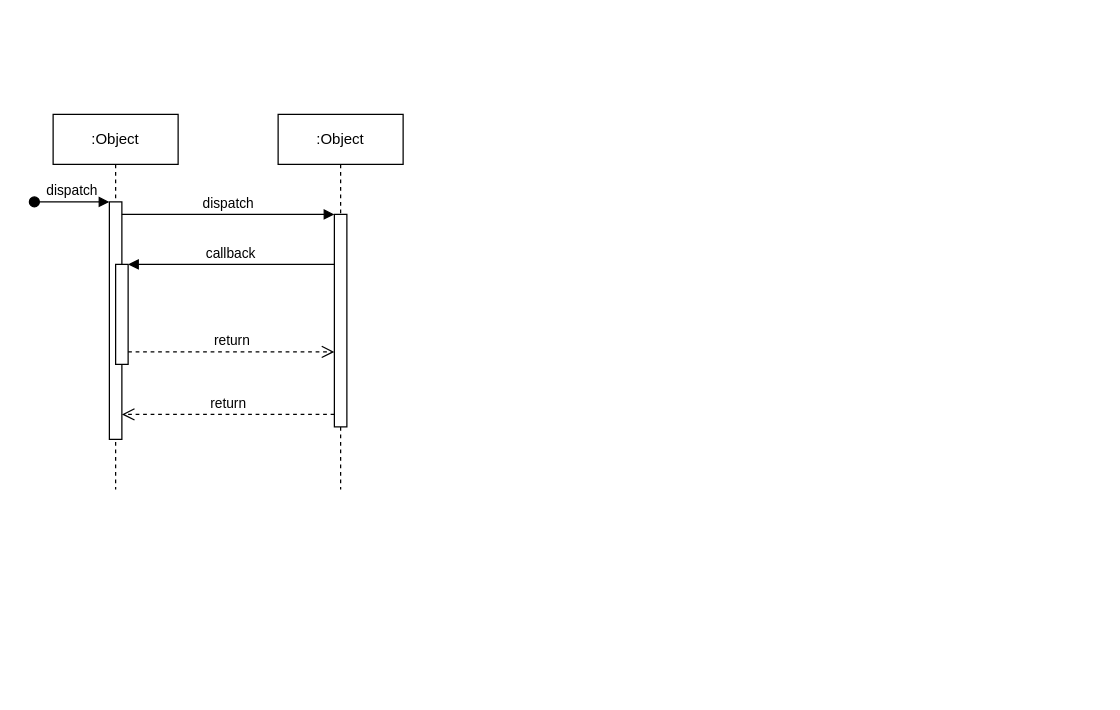
pauloeugenio/api-dataDocker keeps this draw.io diagram as Diagrama sem nome.drawio. Above is the earlier version. Source tidied: cells renumbered, new cells numbered last; positions are measured from the earlier drawing's top-left corner, leaving out a move shared by most shapes. Both pictures are drawn from the tidied source at 125%, with x=0, y=0 at pixel (34, 114).
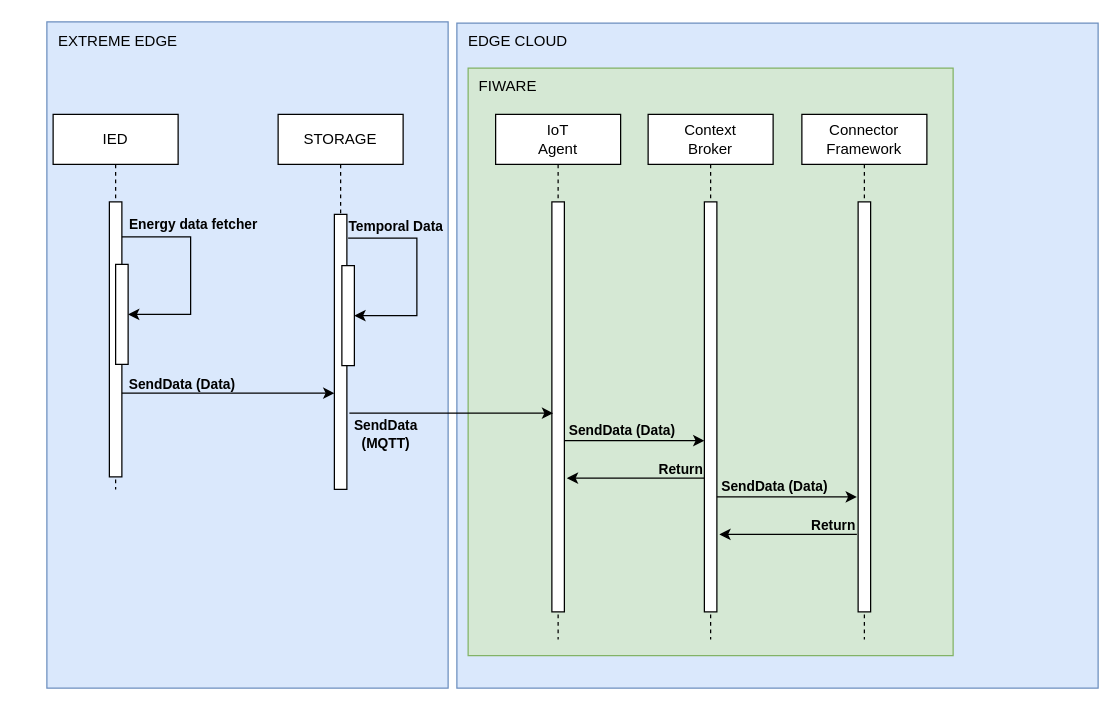
The same page after the edit.

Unchanged cells that the change refers to:
```xml
<mxCell id="5" style="html=1;points=[];perimeter=orthogonalPerimeter;outlineConnect=0;targetShapes=umlLifeline;portConstraint=eastwest;newEdgeStyle={&quot;edgeStyle&quot;:&quot;elbowEdgeStyle&quot;,&quot;elbow&quot;:&quot;vertical&quot;,&quot;curved&quot;:0,&quot;rounded&quot;:0};" parent="2" vertex="1">
  <mxGeometry x="50" y="120" width="10" height="80" as="geometry" />
</mxCell>
```

Diff of the diagram source:
```diff
@@
+    <mxCell id="12" style="rounded=0;whiteSpace=wrap;html=1;fillColor=#dae8fc;strokeColor=#6c8ebf;" parent="1" vertex="1">
+      <mxGeometry x="10" y="-74" width="321" height="533" as="geometry" />
+    </mxCell>
-    <mxCell id="2" value=":Object" style="shape=umlLifeline;perimeter=lifelinePerimeter;whiteSpace=wrap;html=1;newEdgeStyle={&quot;edgeStyle&quot;:&quot;elbowEdgeStyle&quot;,&quot;elbow&quot;:&quot;vertical&quot;,&quot;curved&quot;:0,&quot;rounded&quot;:0};" parent="1" vertex="1">
+    <mxCell id="2" value="IED" style="shape=umlLifeline;perimeter=lifelinePerimeter;whiteSpace=wrap;html=1;newEdgeStyle={&quot;edgeStyle&quot;:&quot;elbowEdgeStyle&quot;,&quot;elbow&quot;:&quot;vertical&quot;,&quot;curved&quot;:0,&quot;rounded&quot;:0};" parent="1" vertex="1">
       <mxGeometry x="15" width="100" height="300" as="geometry" />
     </mxCell>
     <mxCell id="3" style="html=1;points=[];perimeter=orthogonalPerimeter;outlineConnect=0;targetShapes=umlLifeline;portConstraint=eastwest;newEdgeStyle={&quot;edgeStyle&quot;:&quot;elbowEdgeStyle&quot;,&quot;elbow&quot;:&quot;vertical&quot;,&quot;curved&quot;:0,&quot;rounded&quot;:0};" parent="2" vertex="1">
-      <mxGeometry x="45" y="70" width="10" height="190" as="geometry" />
+      <mxGeometry x="45" y="70" width="10" height="220" as="geometry" />
     </mxCell>
-    <mxCell id="4" value="dispatch" style="html=1;verticalAlign=bottom;startArrow=oval;endArrow=block;startSize=8;edgeStyle=elbowEdgeStyle;elbow=vertical;curved=0;rounded=0;" parent="2" edge="1" target="3">
-      <mxGeometry relative="1" as="geometry">
-        <mxPoint x="-15" y="70" as="sourcePoint" />
-      </mxGeometry>
-    </mxCell>
@@
+    <mxCell id="13" style="endArrow=classic;html=1;rounded=0;" parent="2" edge="1" source="3" target="5">
+      <mxGeometry relative="1" as="geometry">
+        <Array as="points">
+          <mxPoint x="110" y="98" />
+          <mxPoint x="110" y="160" />
+        </Array>
+      </mxGeometry>
+    </mxCell>
+    <mxCell id="14" value="Energy data fetcher" style="edgeLabel;html=1;align=center;verticalAlign=middle;fontStyle=1;labelBackgroundColor=none;" parent="13" vertex="1">
+      <mxGeometry x="-0.5" y="1" relative="1" as="geometry">
+        <mxPoint x="14" y="-10" as="offset" />
+      </mxGeometry>
+    </mxCell>
-    <mxCell id="6" value=":Object" style="shape=umlLifeline;perimeter=lifelinePerimeter;whiteSpace=wrap;html=1;newEdgeStyle={&quot;edgeStyle&quot;:&quot;elbowEdgeStyle&quot;,&quot;elbow&quot;:&quot;vertical&quot;,&quot;curved&quot;:0,&quot;rounded&quot;:0};" parent="1" vertex="1">
+    <mxCell id="6" value="STORAGE" style="shape=umlLifeline;perimeter=lifelinePerimeter;whiteSpace=wrap;html=1;newEdgeStyle={&quot;edgeStyle&quot;:&quot;elbowEdgeStyle&quot;,&quot;elbow&quot;:&quot;vertical&quot;,&quot;curved&quot;:0,&quot;rounded&quot;:0};" parent="1" vertex="1">
       <mxGeometry x="195" width="100" height="300" as="geometry" />
     </mxCell>
     <mxCell id="7" style="html=1;points=[];perimeter=orthogonalPerimeter;outlineConnect=0;targetShapes=umlLifeline;portConstraint=eastwest;newEdgeStyle={&quot;edgeStyle&quot;:&quot;elbowEdgeStyle&quot;,&quot;elbow&quot;:&quot;vertical&quot;,&quot;curved&quot;:0,&quot;rounded&quot;:0};" parent="6" vertex="1">
-      <mxGeometry x="45" y="80" width="10" height="170" as="geometry" />
+      <mxGeometry x="45" y="80" width="10" height="220" as="geometry" />
     </mxCell>
-    <mxCell id="8" value="dispatch" style="html=1;verticalAlign=bottom;endArrow=block;edgeStyle=elbowEdgeStyle;elbow=vertical;curved=0;rounded=0;" parent="1" edge="1" source="3" target="7">
-      <mxGeometry relative="1" as="geometry">
-        <Array as="points">
-          <mxPoint x="155" y="80" />
-        </Array>
-      </mxGeometry>
-    </mxCell>
-    <mxCell id="9" value="return" style="html=1;verticalAlign=bottom;endArrow=open;dashed=1;endSize=8;edgeStyle=elbowEdgeStyle;elbow=vertical;curved=0;rounded=0;" parent="1" edge="1" source="7" target="3">
-      <mxGeometry relative="1" as="geometry">
-        <Array as="points">
-          <mxPoint x="165" y="240" />
-        </Array>
-      </mxGeometry>
-    </mxCell>
-    <mxCell id="10" value="callback" style="html=1;verticalAlign=bottom;endArrow=block;edgeStyle=elbowEdgeStyle;elbow=vertical;curved=0;rounded=0;" parent="1" edge="1" source="7" target="5">
-      <mxGeometry relative="1" as="geometry">
-        <Array as="points">
-          <mxPoint x="165" y="120" />
-        </Array>
-      </mxGeometry>
-    </mxCell>
-    <mxCell id="11" value="return" style="html=1;verticalAlign=bottom;endArrow=open;dashed=1;endSize=8;edgeStyle=elbowEdgeStyle;elbow=vertical;curved=0;rounded=0;" parent="1" edge="1" source="5" target="7">
-      <mxGeometry relative="1" as="geometry">
-        <Array as="points">
-          <mxPoint x="155" y="190" />
-        </Array>
-      </mxGeometry>
-    </mxCell>
+    <mxCell id="15" value="EXTREME EDGE" style="text;html=1;strokeColor=none;fillColor=none;align=center;verticalAlign=middle;whiteSpace=wrap;rounded=0;" parent="1" vertex="1">
+      <mxGeometry x="10" y="-73" width="114" height="30" as="geometry" />
+    </mxCell>
+    <mxCell id="16" style="endArrow=classic;html=1;rounded=0;" parent="1" edge="1">
+      <mxGeometry relative="1" as="geometry">
+        <mxPoint x="70" y="223" as="sourcePoint" />
+        <mxPoint x="240" y="223" as="targetPoint" />
+      </mxGeometry>
+    </mxCell>
+    <mxCell id="17" value="SendData (Data)" style="edgeLabel;html=1;align=center;verticalAlign=middle;labelBackgroundColor=none;fontStyle=1;" parent="16" vertex="1">
+      <mxGeometry x="0.22" y="1" relative="1" as="geometry">
+        <mxPoint x="-57" y="-7" as="offset" />
+      </mxGeometry>
+    </mxCell>
+    <mxCell id="18" style="html=1;points=[];perimeter=orthogonalPerimeter;outlineConnect=0;targetShapes=umlLifeline;portConstraint=eastwest;newEdgeStyle={&quot;edgeStyle&quot;:&quot;elbowEdgeStyle&quot;,&quot;elbow&quot;:&quot;vertical&quot;,&quot;curved&quot;:0,&quot;rounded&quot;:0};" parent="1" vertex="1">
+      <mxGeometry x="246" y="121" width="10" height="80" as="geometry" />
+    </mxCell>
+    <mxCell id="19" style="endArrow=classic;html=1;rounded=0;" parent="1" edge="1" target="18">
+      <mxGeometry relative="1" as="geometry">
+        <mxPoint x="251" y="99" as="sourcePoint" />
+        <Array as="points">
+          <mxPoint x="306" y="99" />
+          <mxPoint x="306" y="161" />
+        </Array>
+      </mxGeometry>
+    </mxCell>
+    <mxCell id="20" value="Temporal Data" style="edgeLabel;html=1;align=center;verticalAlign=middle;labelBackgroundColor=none;fontStyle=1;" parent="19" vertex="1">
+      <mxGeometry x="-0.5" y="1" relative="1" as="geometry">
+        <mxPoint x="-5" y="-9" as="offset" />
+      </mxGeometry>
+    </mxCell>
+    <mxCell id="21" style="rounded=0;whiteSpace=wrap;html=1;fillColor=#dae8fc;strokeColor=#6c8ebf;" parent="1" vertex="1">
+      <mxGeometry x="338" y="-73" width="513" height="532" as="geometry" />
+    </mxCell>
+    <mxCell id="22" value="EDGE CLOUD" style="text;html=1;strokeColor=none;fillColor=none;align=center;verticalAlign=middle;whiteSpace=wrap;rounded=0;" parent="1" vertex="1">
+      <mxGeometry x="330" y="-73" width="114" height="30" as="geometry" />
+    </mxCell>
+    <mxCell id="23" style="rounded=0;whiteSpace=wrap;html=1;fillColor=#d5e8d4;strokeColor=#82b366;" parent="1" vertex="1">
+      <mxGeometry x="347" y="-37" width="388" height="470" as="geometry" />
+    </mxCell>
+    <mxCell id="24" value="FIWARE" style="text;html=1;strokeColor=none;fillColor=none;align=center;verticalAlign=middle;whiteSpace=wrap;rounded=0;" parent="1" vertex="1">
+      <mxGeometry x="322" y="-37" width="114" height="30" as="geometry" />
+    </mxCell>
+    <mxCell id="25" value="IoT &lt;br&gt;Agent" style="shape=umlLifeline;perimeter=lifelinePerimeter;whiteSpace=wrap;html=1;newEdgeStyle={&quot;edgeStyle&quot;:&quot;elbowEdgeStyle&quot;,&quot;elbow&quot;:&quot;vertical&quot;,&quot;curved&quot;:0,&quot;rounded&quot;:0};" parent="1" vertex="1">
+      <mxGeometry x="369" width="100" height="420" as="geometry" />
+    </mxCell>
+    <mxCell id="26" style="html=1;perimeter=orthogonalPerimeter;targetShapes=umlLifeline;newEdgeStyle={&quot;edgeStyle&quot;:&quot;elbowEdgeStyle&quot;,&quot;elbow&quot;:&quot;vertical&quot;,&quot;curved&quot;:0,&quot;rounded&quot;:0};" parent="25" vertex="1">
+      <mxGeometry x="45" y="70" width="10" height="328" as="geometry" />
+    </mxCell>
+    <mxCell id="27" value="Context&lt;br&gt;Broker" style="shape=umlLifeline;perimeter=lifelinePerimeter;whiteSpace=wrap;html=1;newEdgeStyle={&quot;edgeStyle&quot;:&quot;elbowEdgeStyle&quot;,&quot;elbow&quot;:&quot;vertical&quot;,&quot;curved&quot;:0,&quot;rounded&quot;:0};" parent="1" vertex="1">
+      <mxGeometry x="491" width="100" height="420" as="geometry" />
+    </mxCell>
+    <mxCell id="28" style="html=1;perimeter=orthogonalPerimeter;targetShapes=umlLifeline;newEdgeStyle={&quot;edgeStyle&quot;:&quot;elbowEdgeStyle&quot;,&quot;elbow&quot;:&quot;vertical&quot;,&quot;curved&quot;:0,&quot;rounded&quot;:0};" parent="27" vertex="1">
+      <mxGeometry x="45" y="70" width="10" height="328" as="geometry" />
+    </mxCell>
+    <mxCell id="29" value="Connector&lt;br&gt;Framework" style="shape=umlLifeline;perimeter=lifelinePerimeter;whiteSpace=wrap;html=1;newEdgeStyle={&quot;edgeStyle&quot;:&quot;elbowEdgeStyle&quot;,&quot;elbow&quot;:&quot;vertical&quot;,&quot;curved&quot;:0,&quot;rounded&quot;:0};" parent="1" vertex="1">
+      <mxGeometry x="614" width="100" height="420" as="geometry" />
+    </mxCell>
+    <mxCell id="30" style="html=1;perimeter=orthogonalPerimeter;targetShapes=umlLifeline;newEdgeStyle={&quot;edgeStyle&quot;:&quot;elbowEdgeStyle&quot;,&quot;elbow&quot;:&quot;vertical&quot;,&quot;curved&quot;:0,&quot;rounded&quot;:0};" parent="29" vertex="1">
+      <mxGeometry x="45" y="70" width="10" height="328" as="geometry" />
+    </mxCell>
+    <mxCell id="31" style="endArrow=classic;html=1;rounded=0;" parent="1" edge="1">
+      <mxGeometry relative="1" as="geometry">
+        <mxPoint x="252" y="239" as="sourcePoint" />
+        <mxPoint x="415" y="239" as="targetPoint" />
+      </mxGeometry>
+    </mxCell>
+    <mxCell id="32" value="SendData &lt;br&gt;(MQTT)" style="edgeLabel;html=1;align=center;verticalAlign=middle;labelBackgroundColor=none;fontStyle=1;" parent="31" vertex="1">
+      <mxGeometry x="-0.36" y="3" relative="1" as="geometry">
+        <mxPoint x="-24" y="19" as="offset" />
+      </mxGeometry>
+    </mxCell>
+    <mxCell id="33" style="endArrow=classic;html=1;rounded=0;" parent="1" edge="1">
+      <mxGeometry relative="1" as="geometry">
+        <mxPoint x="424" y="261" as="sourcePoint" />
+        <mxPoint x="536" y="261" as="targetPoint" />
+      </mxGeometry>
+    </mxCell>
+    <mxCell id="34" value="SendData (Data)" style="edgeLabel;html=1;align=center;verticalAlign=middle;fontStyle=1;labelBackgroundColor=none;" parent="33" vertex="1">
+      <mxGeometry x="0.41" relative="1" as="geometry">
+        <mxPoint x="-34" y="-9" as="offset" />
+      </mxGeometry>
+    </mxCell>
+    <mxCell id="35" style="endArrow=classic;html=1;rounded=0;" parent="1" edge="1">
+      <mxGeometry relative="1" as="geometry">
+        <mxPoint x="536" y="291" as="sourcePoint" />
+        <mxPoint x="426" y="291" as="targetPoint" />
+      </mxGeometry>
+    </mxCell>
+    <mxCell id="36" value="Return" style="edgeLabel;html=1;align=center;verticalAlign=middle;fontStyle=1;labelBackgroundColor=none;" parent="35" vertex="1">
+      <mxGeometry x="0.42" relative="1" as="geometry">
+        <mxPoint x="58" y="-8" as="offset" />
+      </mxGeometry>
+    </mxCell>
+    <mxCell id="37" style="endArrow=classic;html=1;rounded=0;" parent="1" edge="1">
+      <mxGeometry relative="1" as="geometry">
+        <mxPoint x="546" y="306" as="sourcePoint" />
+        <mxPoint x="658" y="306" as="targetPoint" />
+      </mxGeometry>
+    </mxCell>
+    <mxCell id="38" value="SendData (Data)" style="edgeLabel;html=1;align=center;verticalAlign=middle;fontStyle=1;labelBackgroundColor=none;" parent="37" vertex="1">
+      <mxGeometry x="0.41" relative="1" as="geometry">
+        <mxPoint x="-34" y="-9" as="offset" />
+      </mxGeometry>
+    </mxCell>
+    <mxCell id="39" style="endArrow=classic;html=1;rounded=0;" parent="1" edge="1">
+      <mxGeometry relative="1" as="geometry">
+        <mxPoint x="658" y="336" as="sourcePoint" />
+        <mxPoint x="548" y="336" as="targetPoint" />
+      </mxGeometry>
+    </mxCell>
+    <mxCell id="40" value="Return" style="edgeLabel;html=1;align=center;verticalAlign=middle;fontStyle=1;labelBackgroundColor=none;" parent="39" vertex="1">
+      <mxGeometry x="0.42" relative="1" as="geometry">
+        <mxPoint x="58" y="-8" as="offset" />
+      </mxGeometry>
+    </mxCell>
```
